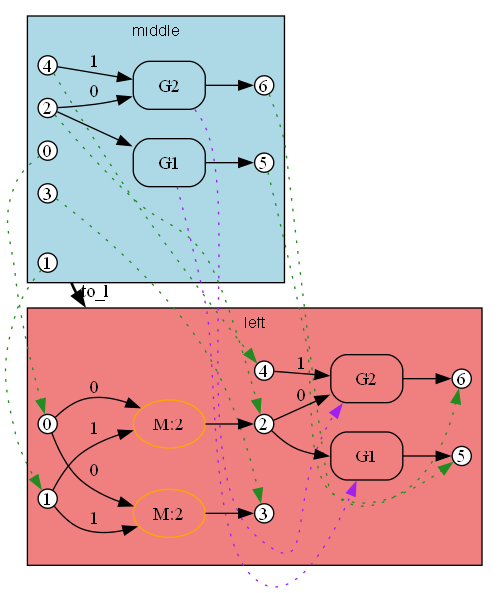
This is crates/bhyp/images/test_copy_subst_commute/path1_substitution_result_span_to_l.png from ammatsui/bhypvis, a Graphviz export, as it was before one commit. Its source is kept beside it as crates/bhyp/images/test_copy_subst_commute/path1_substitution_result_span_to_l.dot. The source it was exported from:
```dot
digraph Morphism {
  fontname="Helvetica"
  fontsize=12
  rankdir=LR;
  compound=true;
  newrank=true;

  subgraph cluster_domain {
    label="middle";
    style=filled;
    fillcolor="lightblue";
    fontname="Helvetica";
    fontsize=12;

    dom_n1 [label="1", shape=circle, style=filled, fillcolor=white, color="black", width=0.2, height=0.2, fixedsize=true];
    dom_n2 [label="2", shape=circle, style=filled, fillcolor=white, color="black", width=0.2, height=0.2, fixedsize=true];
    dom_n3 [label="3", shape=circle, style=filled, fillcolor=white, color="black", width=0.2, height=0.2, fixedsize=true];
    dom_n5 [label="5", shape=circle, style=filled, fillcolor=white, color="black", width=0.2, height=0.2, fixedsize=true];
    dom_n0 [label="0", shape=circle, style=filled, fillcolor=white, color="black", width=0.2, height=0.2, fixedsize=true];
    dom_n4 [label="4", shape=circle, style=filled, fillcolor=white, color="black", width=0.2, height=0.2, fixedsize=true];
    dom_n6 [label="6", shape=circle, style=filled, fillcolor=white, color="black", width=0.2, height=0.2, fixedsize=true];
    dom_e0 [label="G2", shape=box, style=rounded, color="black"];
    dom_e1 [label="G1", shape=box, style=rounded, color="black"];
    dom_n2 -> dom_e0 [label="0"];
    dom_n4 -> dom_e0 [label="1"];
    dom_e0 -> dom_n6 [label=""];
    dom_n2 -> dom_e1 [label=""];
    dom_e1 -> dom_n5 [label=""];
    dom_anchor [shape=point, width=0, height=0, style=invis];
  }

  subgraph cluster_codomain {
    label="left";
    style=filled;
    fillcolor="lightcoral";
    fontname="Helvetica";
    fontsize=12;

    cod_n6 [label="6", shape=circle, style=filled, fillcolor=white, color="black", width=0.2, height=0.2, fixedsize=true];
    cod_n1 [label="1", shape=circle, style=filled, fillcolor=white, color="black", width=0.2, height=0.2, fixedsize=true];
    cod_n2 [label="2", shape=circle, style=filled, fillcolor=white, color="black", width=0.2, height=0.2, fixedsize=true];
    cod_n3 [label="3", shape=circle, style=filled, fillcolor=white, color="black", width=0.2, height=0.2, fixedsize=true];
    cod_n4 [label="4", shape=circle, style=filled, fillcolor=white, color="black", width=0.2, height=0.2, fixedsize=true];
    cod_n0 [label="0", shape=circle, style=filled, fillcolor=white, color="black", width=0.2, height=0.2, fixedsize=true];
    cod_n5 [label="5", shape=circle, style=filled, fillcolor=white, color="black", width=0.2, height=0.2, fixedsize=true];
    cod_e0 [label="M:2", shape=ellipse, style=rounded, color="orange"];
    cod_e2 [label="G2", shape=box, style=rounded, color="black"];
    cod_e3 [label="G1", shape=box, style=rounded, color="black"];
    cod_e1 [label="M:2", shape=ellipse, style=rounded, color="orange"];
    cod_n0 -> cod_e0 [label="0"];
    cod_n1 -> cod_e0 [label="1"];
    cod_e0 -> cod_n2 [label=""];
    cod_n2 -> cod_e2 [label="0"];
    cod_n4 -> cod_e2 [label="1"];
    cod_e2 -> cod_n6 [label=""];
    cod_n2 -> cod_e3 [label=""];
    cod_e3 -> cod_n5 [label=""];
    cod_n0 -> cod_e1 [label="0"];
    cod_n1 -> cod_e1 [label="1"];
    cod_e1 -> cod_n3 [label=""];
    cod_anchor [shape=point, width=0, height=0, style=invis];
  }

  dom_n0 -> cod_n0 [style=dotted, color=forestgreen, constraint=false];
  dom_n4 -> cod_n4 [style=dotted, color=forestgreen, constraint=false];
  dom_n2 -> cod_n2 [style=dotted, color=forestgreen, constraint=false];
  dom_n3 -> cod_n3 [style=dotted, color=forestgreen, constraint=false];
  dom_n1 -> cod_n1 [style=dotted, color=forestgreen, constraint=false];
  dom_n5 -> cod_n5 [style=dotted, color=forestgreen, constraint=false];
  dom_n6 -> cod_n6 [style=dotted, color=forestgreen, constraint=false];
  dom_e1 -> cod_e3 [style=dotted, color=purple, constraint=false];
  dom_e0 -> cod_e2 [style=dotted, color=purple, constraint=false];

  dom_anchor -> cod_anchor [lhead=cluster_codomain, ltail=cluster_domain, style=bold, color=black, label="to_l", penwidth=2];
}
```
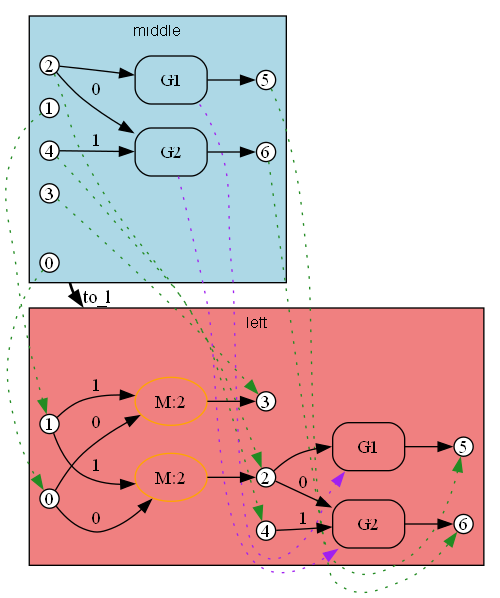
After the change.

Diff of the diagram source:
```diff
@@ -12,20 +12,20 @@
     fontname="Helvetica";
     fontsize=12;
 
+    dom_n4 [label="4", shape=circle, style=filled, fillcolor=white, color="black", width=0.2, height=0.2, fixedsize=true];
+    dom_n0 [label="0", shape=circle, style=filled, fillcolor=white, color="black", width=0.2, height=0.2, fixedsize=true];
+    dom_n3 [label="3", shape=circle, style=filled, fillcolor=white, color="black", width=0.2, height=0.2, fixedsize=true];
+    dom_n2 [label="2", shape=circle, style=filled, fillcolor=white, color="black", width=0.2, height=0.2, fixedsize=true];
+    dom_n5 [label="5", shape=circle, style=filled, fillcolor=white, color="black", width=0.2, height=0.2, fixedsize=true];
+    dom_n6 [label="6", shape=circle, style=filled, fillcolor=white, color="black", width=0.2, height=0.2, fixedsize=true];
     dom_n1 [label="1", shape=circle, style=filled, fillcolor=white, color="black", width=0.2, height=0.2, fixedsize=true];
-    dom_n2 [label="2", shape=circle, style=filled, fillcolor=white, color="black", width=0.2, height=0.2, fixedsize=true];
-    dom_n3 [label="3", shape=circle, style=filled, fillcolor=white, color="black", width=0.2, height=0.2, fixedsize=true];
-    dom_n5 [label="5", shape=circle, style=filled, fillcolor=white, color="black", width=0.2, height=0.2, fixedsize=true];
-    dom_n0 [label="0", shape=circle, style=filled, fillcolor=white, color="black", width=0.2, height=0.2, fixedsize=true];
-    dom_n4 [label="4", shape=circle, style=filled, fillcolor=white, color="black", width=0.2, height=0.2, fixedsize=true];
-    dom_n6 [label="6", shape=circle, style=filled, fillcolor=white, color="black", width=0.2, height=0.2, fixedsize=true];
+    dom_e1 [label="G1", shape=box, style=rounded, color="black"];
     dom_e0 [label="G2", shape=box, style=rounded, color="black"];
-    dom_e1 [label="G1", shape=box, style=rounded, color="black"];
+    dom_n2 -> dom_e1 [label=""];
+    dom_e1 -> dom_n5 [label=""];
     dom_n2 -> dom_e0 [label="0"];
     dom_n4 -> dom_e0 [label="1"];
     dom_e0 -> dom_n6 [label=""];
-    dom_n2 -> dom_e1 [label=""];
-    dom_e1 -> dom_n5 [label=""];
     dom_anchor [shape=point, width=0, height=0, style=invis];
   }
 
@@ -36,38 +36,38 @@
     fontname="Helvetica";
     fontsize=12;
 
+    cod_n5 [label="5", shape=circle, style=filled, fillcolor=white, color="black", width=0.2, height=0.2, fixedsize=true];
     cod_n6 [label="6", shape=circle, style=filled, fillcolor=white, color="black", width=0.2, height=0.2, fixedsize=true];
-    cod_n1 [label="1", shape=circle, style=filled, fillcolor=white, color="black", width=0.2, height=0.2, fixedsize=true];
     cod_n2 [label="2", shape=circle, style=filled, fillcolor=white, color="black", width=0.2, height=0.2, fixedsize=true];
-    cod_n3 [label="3", shape=circle, style=filled, fillcolor=white, color="black", width=0.2, height=0.2, fixedsize=true];
     cod_n4 [label="4", shape=circle, style=filled, fillcolor=white, color="black", width=0.2, height=0.2, fixedsize=true];
     cod_n0 [label="0", shape=circle, style=filled, fillcolor=white, color="black", width=0.2, height=0.2, fixedsize=true];
-    cod_n5 [label="5", shape=circle, style=filled, fillcolor=white, color="black", width=0.2, height=0.2, fixedsize=true];
+    cod_n1 [label="1", shape=circle, style=filled, fillcolor=white, color="black", width=0.2, height=0.2, fixedsize=true];
+    cod_n3 [label="3", shape=circle, style=filled, fillcolor=white, color="black", width=0.2, height=0.2, fixedsize=true];
+    cod_e1 [label="M:2", shape=ellipse, style=rounded, color="orange"];
+    cod_e3 [label="G1", shape=box, style=rounded, color="black"];
     cod_e0 [label="M:2", shape=ellipse, style=rounded, color="orange"];
     cod_e2 [label="G2", shape=box, style=rounded, color="black"];
-    cod_e3 [label="G1", shape=box, style=rounded, color="black"];
-    cod_e1 [label="M:2", shape=ellipse, style=rounded, color="orange"];
+    cod_n0 -> cod_e1 [label="0"];
+    cod_n1 -> cod_e1 [label="1"];
+    cod_e1 -> cod_n3 [label=""];
+    cod_n2 -> cod_e3 [label=""];
+    cod_e3 -> cod_n5 [label=""];
     cod_n0 -> cod_e0 [label="0"];
     cod_n1 -> cod_e0 [label="1"];
     cod_e0 -> cod_n2 [label=""];
     cod_n2 -> cod_e2 [label="0"];
     cod_n4 -> cod_e2 [label="1"];
     cod_e2 -> cod_n6 [label=""];
-    cod_n2 -> cod_e3 [label=""];
-    cod_e3 -> cod_n5 [label=""];
-    cod_n0 -> cod_e1 [label="0"];
-    cod_n1 -> cod_e1 [label="1"];
-    cod_e1 -> cod_n3 [label=""];
     cod_anchor [shape=point, width=0, height=0, style=invis];
   }
 
   dom_n0 -> cod_n0 [style=dotted, color=forestgreen, constraint=false];
+  dom_n3 -> cod_n3 [style=dotted, color=forestgreen, constraint=false];
+  dom_n6 -> cod_n6 [style=dotted, color=forestgreen, constraint=false];
   dom_n4 -> cod_n4 [style=dotted, color=forestgreen, constraint=false];
   dom_n2 -> cod_n2 [style=dotted, color=forestgreen, constraint=false];
-  dom_n3 -> cod_n3 [style=dotted, color=forestgreen, constraint=false];
   dom_n1 -> cod_n1 [style=dotted, color=forestgreen, constraint=false];
   dom_n5 -> cod_n5 [style=dotted, color=forestgreen, constraint=false];
-  dom_n6 -> cod_n6 [style=dotted, color=forestgreen, constraint=false];
   dom_e1 -> cod_e3 [style=dotted, color=purple, constraint=false];
   dom_e0 -> cod_e2 [style=dotted, color=purple, constraint=false];
 
```
